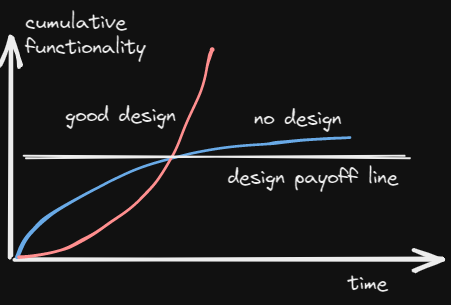
Earlier version of the Excalidraw export assets/design-stamina.excalidraw.png (hex-arch-training/hex-arch-training.github.io). Source tidied: one line per element, renumbered; positions are measured from the earlier drawing's top-left corner, leaving out a move shared by most shapes.
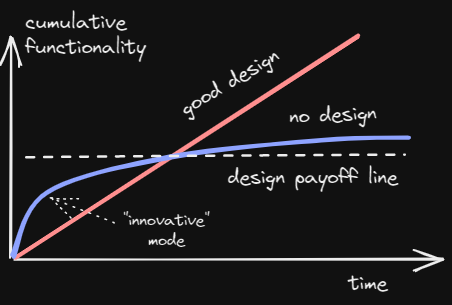
Later version of the same file.

Diff of the diagram source:
```diff
@@ -1,10 +1,12 @@
-{"id": 0, "type": "arrow", "strokeColor": "#000000", "strokeWidth": 4, "roughness": 1, "endArrowhead": "arrow", "to": 5, "x": 1, "y": 247, "width": 1, "height": 219, "points": [[0, 0], [-1, -219]]}
+{"id": 0, "type": "arrow", "strokeColor": "#000000", "strokeWidth": 2, "roughness": 1, "endArrowhead": "arrow", "round": true, "to": 5, "x": 1, "y": 247, "width": 1, "height": 219, "points": [[0, 0], [-1, -219]]}
-{"id": 1, "type": "arrow", "strokeColor": "#000000", "angle": 6.27, "strokeWidth": 4, "roughness": 1, "endArrowhead": "arrow", "x": 6, "y": 246, "width": 426, "height": 5, "points": [[0, 0], [426, 5]]}
+{"id": 1, "type": "arrow", "strokeColor": "#000000", "angle": 6.27, "strokeWidth": 2, "roughness": 1, "endArrowhead": "arrow", "round": true, "x": 6, "y": 246, "width": 426, "height": 5, "points": [[0, 0], [426, 5]]}
-{"id": 2, "type": "freedraw", "strokeColor": "#1864ab", "strokeWidth": 1, "roughness": 1, "x": 7, "y": 247, "width": 333, "height": 119, "points": [[0, 0], [1, -2], [3, -7], [7, -17], [14, -25], [21, -32], [27, -38], [38, -45], [57, -57], [73, -65], [85, -72], [99, -79], [121, -89], [155, -99], [172, -103], [190, -107], [223, -111], [247, -113], [256, -114], [269, -115], [292, -117], [306, -118], [321, -119], [332, -119], [333, -119]]}
-{"id": 3, "type": "freedraw", "strokeColor": "#c92a2a", "strokeWidth": 1, "roughness": 1, "x": 9, "y": 252, "width": 193, "height": 208, "points": [[0, -4], [0, -5], [4, -5], [28, -8], [42, -11], [51, -15], [60, -20], [70, -25], [81, -32], [91, -39], [108, -51], [119, -60], [127, -68], [137, -79], [147, -94], [156, -111], [164, -129], [171, -146], [180, -166], [186, -185], [189, -197], [191, -205], [192, -209], [192, -211], [193, -212], [193, -212]]}
 {"id": 4, "type": "text", "text": "time", "strokeColor": "#000000", "strokeWidth": 4, "roughness": 1, "fontSize": 20, "fontFamily": 1, "x": 338, "y": 261, "width": 39, "height": 25}
-{"id": 5, "type": "text", "text": "cumulative\nfunctionality", "strokeColor": "#000000", "strokeWidth": 4, "roughness": 1, "fontSize": 20, "fontFamily": 1, "x": 15, "y": 0, "width": 118, "height": 50}
+{"id": 5, "type": "text", "text": "cumulative\nfunctionality", "strokeColor": "#000000", "strokeWidth": 4, "roughness": 1, "fontSize": 20, "fontFamily": 1, "x": 15, "y": 0, "width": 120, "height": 50}
-{"id": 6, "type": "text", "text": "good design", "strokeColor": "#000000", "strokeWidth": 4, "roughness": 1, "fontSize": 20, "fontFamily": 1, "x": 55, "y": 93, "width": 111, "height": 25}
+{"id": 6, "type": "text", "text": "good design", "strokeColor": "#000000", "angle": 5.74, "strokeWidth": 4, "roughness": 1, "fontSize": 20, "fontFamily": 1, "x": 164, "y": 60, "width": 110, "height": 25}
-{"id": 7, "type": "text", "text": "no design", "strokeColor": "#000000", "strokeWidth": 4, "roughness": 1, "fontSize": 20, "fontFamily": 1, "x": 244, "y": 96, "width": 87, "height": 25}
+{"id": 7, "type": "text", "text": "no design", "strokeColor": "#000000", "angle": 6.23, "strokeWidth": 4, "roughness": 1, "fontSize": 20, "fontFamily": 1, "x": 279, "y": 92, "width": 87, "height": 25}
+{"id": 9, "type": "text", "text": "design payoff line", "strokeColor": "#000000", "strokeWidth": 2, "roughness": 2, "fontSize": 20, "fontFamily": 1, "x": 218, "y": 155, "width": 170, "height": 25}
+{"id": 10, "type": "line", "strokeColor": "#c92a2a", "strokeWidth": 4, "roughness": 1, "round": true, "x": 6, "y": 248, "width": 341, "height": 222, "points": [[0, 0], [341, -222]]}
+{"id": 11, "type": "line", "strokeColor": "#364fc7", "strokeWidth": 4, "roughness": 1, "round": true, "x": 3, "y": 246, "width": 395, "height": 117, "points": [[0, 0], [35, -64], [156, -99], [308, -115], [395, -117]]}
-{"id": 8, "type": "line", "strokeColor": "#000000", "strokeWidth": 2, "roughness": 2, "x": 14, "y": 149, "width": 383, "height": 1, "points": [[0, 0], [383, -1]]}
+{"id": 8, "type": "line", "strokeColor": "#000000", "strokeWidth": 2, "strokeStyle": "dashed", "roughness": 2, "round": true, "x": 14, "y": 148, "width": 383, "height": 1, "points": [[0, 0], [383, -1]]}
-{"id": 9, "type": "text", "text": "design payoff line", "strokeColor": "#000000", "strokeWidth": 2, "roughness": 2, "fontSize": 20, "fontFamily": 1, "x": 218, "y": 155, "width": 172, "height": 25}
+{"id": 12, "type": "text", "text": "\"innovative\"\nmode", "strokeColor": "#000000", "strokeWidth": 4, "roughness": 1, "fontSize": 16, "fontFamily": 1, "textAlign": "center", "x": 113, "y": 201, "width": 87, "height": 40}
+{"id": 13, "type": "arrow", "strokeColor": "#000000", "strokeWidth": 1, "strokeStyle": "dotted", "roughness": 1, "endArrowhead": "arrow", "round": true, "from": 12, "x": 104, "y": 214, "width": 64, "height": 26, "points": [[0, 0], [-64, -26]]}
```
